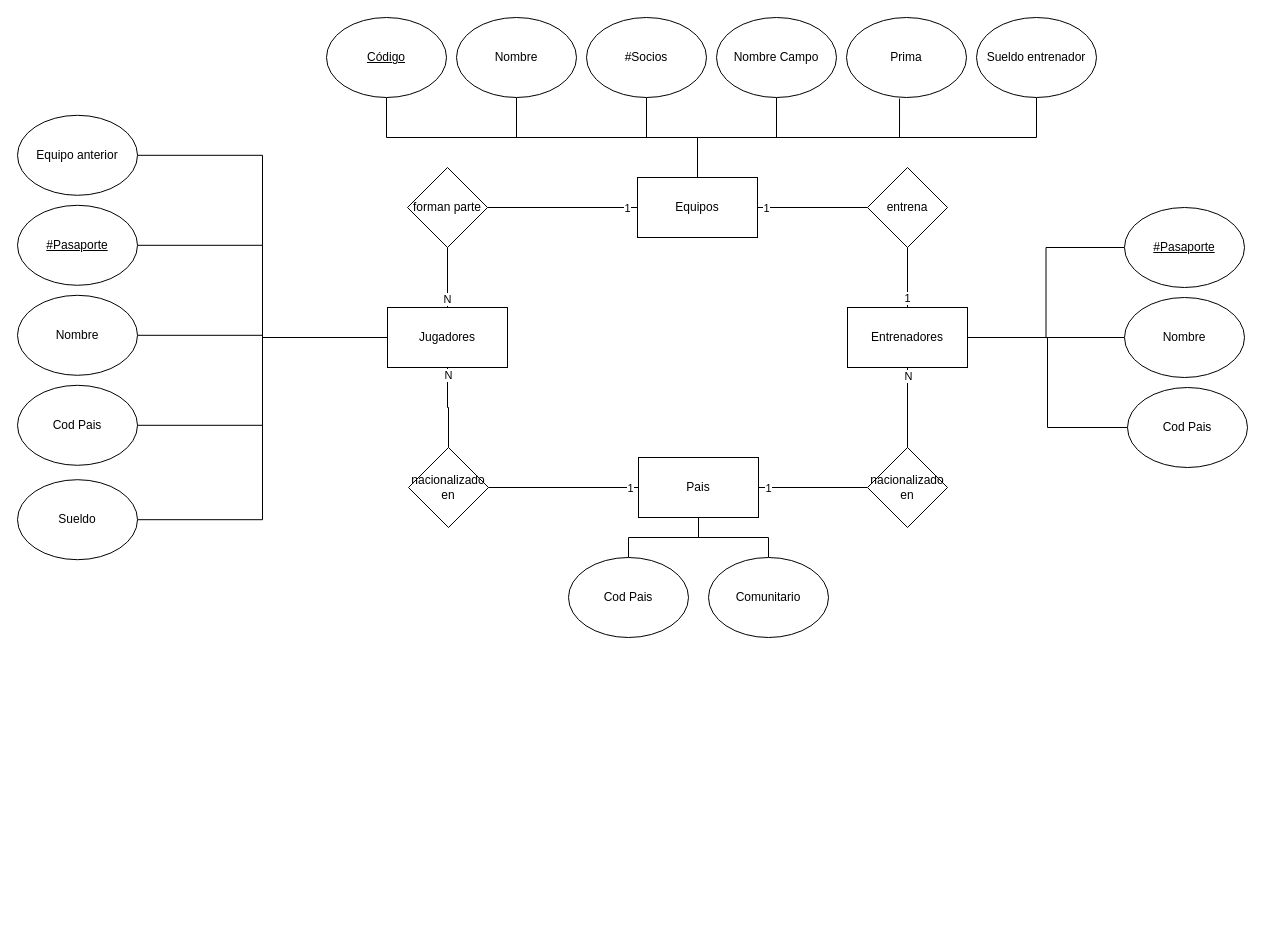
This is page "La Liga" (2 of 4) of ejercicios_diagramas_e_r.drawio from Fonsy/BBDD2021, a draw.io file, before an edit. Source tidied: cells renumbered, new cells numbered last; positions are measured from the earlier drawing's top-left corner, leaving out a move shared by most shapes. Both pictures are drawn from the tidied source at 100%, with x=0, y=0 at pixel (17, 17).
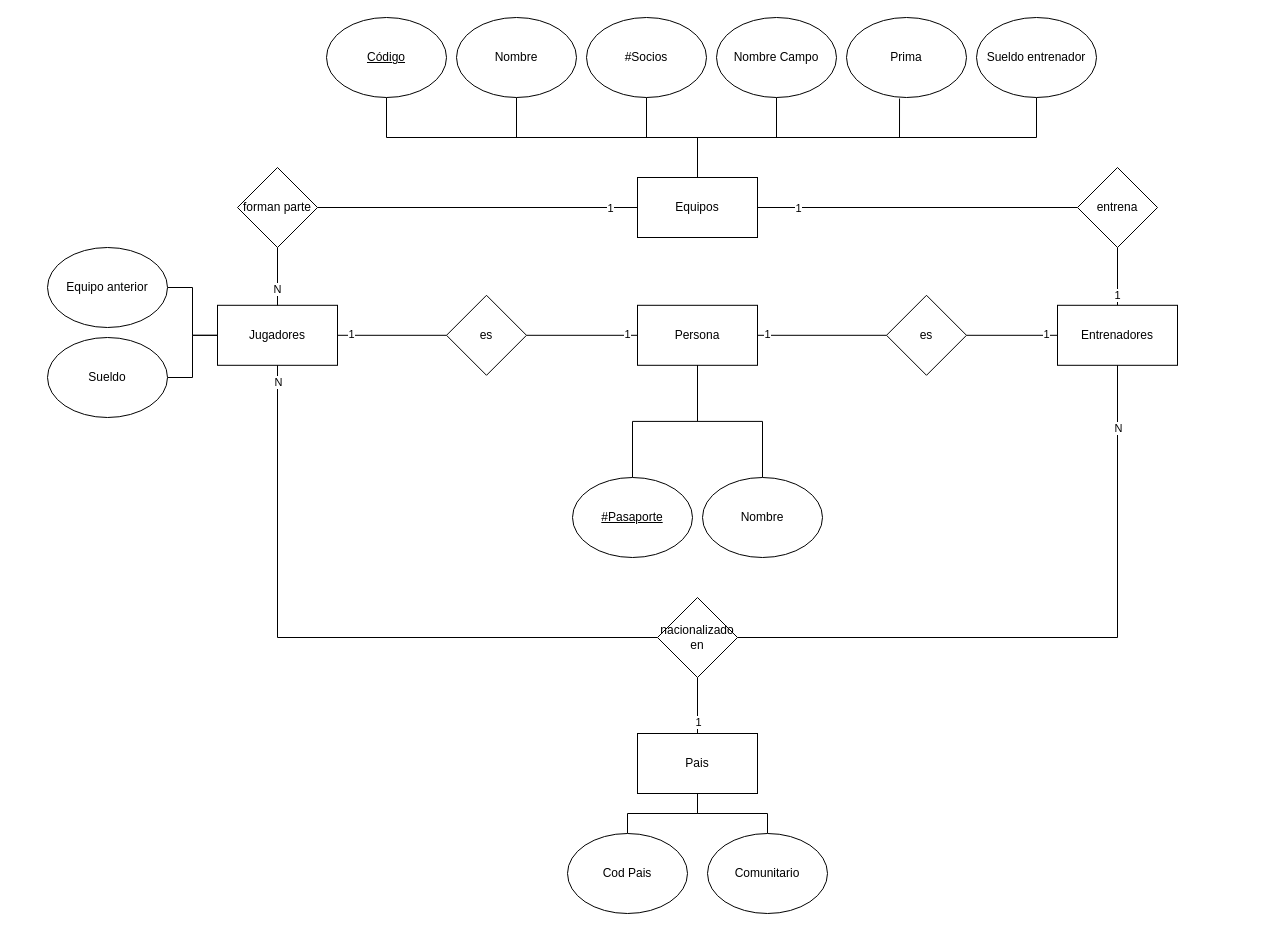
After the change.

Commit message:
liga corregida

Unchanged cells that the change refers to:
```xml
<mxCell id="26" style="edgeStyle=orthogonalEdgeStyle;rounded=0;jettySize=auto;html=1;endArrow=none;endFill=0;" parent="1" edge="1" source="30" target="7">
  <mxGeometry relative="1" as="geometry" />
</mxCell>
```

The edit, as a diff of the source:
```diff
@@
     <mxCell id="6" value="Entrenadores" style="rounded=0;whiteSpace=wrap;html=1;" parent="1" vertex="1">
-      <mxGeometry x="830" y="290" width="120" height="60" as="geometry" />
+      <mxGeometry x="1040" y="287.8" width="120" height="60" as="geometry" />
     </mxCell>
+    <mxCell id="58" style="edgeStyle=orthogonalEdgeStyle;rounded=0;jettySize=auto;html=1;endArrow=none;endFill=0;" parent="1" edge="1" source="7" target="72">
+      <mxGeometry relative="1" as="geometry" />
+    </mxCell>
+    <mxCell id="59" value="1" style="edgeLabel;html=1;align=center;verticalAlign=middle;" parent="58" vertex="1">
+      <mxGeometry x="-0.89" relative="1" as="geometry">
+        <mxPoint x="7" y="-1" as="offset" />
+      </mxGeometry>
+    </mxCell>
     <mxCell id="7" value="Jugadores" style="rounded=0;whiteSpace=wrap;html=1;" parent="1" vertex="1">
-      <mxGeometry x="370" y="290" width="120" height="60" as="geometry" />
+      <mxGeometry x="200" y="287.8" width="120" height="60" as="geometry" />
     </mxCell>
@@
-    <mxCell id="11" style="edgeStyle=orthogonalEdgeStyle;rounded=0;jettySize=auto;html=1;endArrow=none;endFill=0;" parent="1" edge="1" source="12" target="7">
-      <mxGeometry relative="1" as="geometry" />
-    </mxCell>
-    <mxCell id="12" value="Nombre" style="ellipse;whiteSpace=wrap;html=1;" parent="1" vertex="1">
-      <mxGeometry y="277.8" width="120" height="80" as="geometry" />
-    </mxCell>
-    <mxCell id="13" style="edgeStyle=orthogonalEdgeStyle;rounded=0;jettySize=auto;html=1;endArrow=none;endFill=0;entryX=0;entryY=0.5;entryDx=0;entryDy=0;" parent="1" edge="1" source="14" target="7">
-      <mxGeometry relative="1" as="geometry" />
-    </mxCell>
-    <mxCell id="14" value="&lt;u&gt;#Pasaporte&lt;/u&gt;" style="ellipse;whiteSpace=wrap;html=1;" parent="1" vertex="1">
-      <mxGeometry y="187.8" width="120" height="80" as="geometry" />
-    </mxCell>
-    <mxCell id="15" style="edgeStyle=orthogonalEdgeStyle;rounded=0;jettySize=auto;html=1;endArrow=none;endFill=0;" parent="1" edge="1" source="16" target="6">
-      <mxGeometry relative="1" as="geometry" />
-    </mxCell>
-    <mxCell id="16" value="Nombre" style="ellipse;whiteSpace=wrap;html=1;" parent="1" vertex="1">
-      <mxGeometry x="1107" y="280" width="120" height="80" as="geometry" />
-    </mxCell>
-    <mxCell id="17" style="edgeStyle=orthogonalEdgeStyle;rounded=0;jettySize=auto;html=1;endArrow=none;endFill=0;entryX=1;entryY=0.5;entryDx=0;entryDy=0;" parent="1" edge="1" source="18" target="6">
-      <mxGeometry relative="1" as="geometry" />
-    </mxCell>
-    <mxCell id="18" value="&lt;u&gt;#Pasaporte&lt;/u&gt;" style="ellipse;whiteSpace=wrap;html=1;" parent="1" vertex="1">
-      <mxGeometry x="1107" y="190" width="120" height="80" as="geometry" />
-    </mxCell>
@@
     <mxCell id="21" value="entrena" style="rhombus;whiteSpace=wrap;html=1;" parent="1" vertex="1">
-      <mxGeometry x="850" y="150" width="80" height="80" as="geometry" />
+      <mxGeometry x="1060" y="150" width="80" height="80" as="geometry" />
     </mxCell>
@@
     <mxCell id="27" value="N" style="edgeLabel;html=1;align=center;verticalAlign=middle;" parent="26" vertex="1">
       <mxGeometry x="0.65" y="3" relative="1" as="geometry">
-        <mxPoint x="-4" y="1" as="offset" />
+        <mxPoint x="-4" y="-7" as="offset" />
       </mxGeometry>
     </mxCell>
@@
     <mxCell id="30" value="forman parte" style="rhombus;whiteSpace=wrap;html=1;" parent="1" vertex="1">
-      <mxGeometry x="390" y="150" width="80" height="80" as="geometry" />
+      <mxGeometry x="220" y="150" width="80" height="80" as="geometry" />
     </mxCell>
-    <mxCell id="31" style="edgeStyle=orthogonalEdgeStyle;rounded=0;jettySize=auto;html=1;entryX=0;entryY=0.5;entryDx=0;entryDy=0;endArrow=none;endFill=0;" parent="1" edge="1" source="32" target="7">
-      <mxGeometry relative="1" as="geometry" />
-    </mxCell>
-    <mxCell id="32" value="Cod Pais" style="ellipse;whiteSpace=wrap;html=1;" parent="1" vertex="1">
-      <mxGeometry y="367.8" width="120" height="80" as="geometry" />
-    </mxCell>
@@
     <mxCell id="34" value="Sueldo" style="ellipse;whiteSpace=wrap;html=1;" parent="1" vertex="1">
-      <mxGeometry y="462.2" width="120" height="80" as="geometry" />
+      <mxGeometry x="30" y="320" width="120" height="80" as="geometry" />
     </mxCell>
@@
     <mxCell id="38" value="Equipo anterior" style="ellipse;whiteSpace=wrap;html=1;" parent="1" vertex="1">
-      <mxGeometry y="97.8" width="120" height="80" as="geometry" />
+      <mxGeometry x="30" y="230" width="120" height="80" as="geometry" />
     </mxCell>
-    <mxCell id="39" style="edgeStyle=orthogonalEdgeStyle;rounded=0;jettySize=auto;html=1;endArrow=none;endFill=0;exitX=0;exitY=0.5;exitDx=0;exitDy=0;entryX=1;entryY=0.5;entryDx=0;entryDy=0;" parent="1" edge="1" source="40" target="6">
-      <mxGeometry relative="1" as="geometry" />
-    </mxCell>
-    <mxCell id="40" value="Cod Pais" style="ellipse;whiteSpace=wrap;html=1;" parent="1" vertex="1">
-      <mxGeometry x="1110" y="370" width="120" height="80" as="geometry" />
-    </mxCell>
@@
-    <mxCell id="43" style="edgeStyle=orthogonalEdgeStyle;rounded=0;jettySize=auto;html=1;entryX=0;entryY=0.5;entryDx=0;entryDy=0;endArrow=none;endFill=0;" parent="1" edge="1" source="45" target="57">
+    <mxCell id="43" style="edgeStyle=orthogonalEdgeStyle;rounded=0;jettySize=auto;html=1;endArrow=none;endFill=0;" parent="1" edge="1" source="45" target="57">
       <mxGeometry relative="1" as="geometry" />
     </mxCell>
     <mxCell id="44" value="1" style="edgeLabel;html=1;align=center;verticalAlign=middle;" parent="43" vertex="1">
-      <mxGeometry x="-0.84" relative="1" as="geometry" />
+      <mxGeometry x="-0.84" relative="1" as="geometry">
+        <mxPoint y="-8" as="offset" />
+      </mxGeometry>
     </mxCell>
     <mxCell id="45" value="Pais" style="rounded=0;whiteSpace=wrap;html=1;" parent="1" vertex="1">
-      <mxGeometry x="621" y="440" width="120" height="60" as="geometry" />
+      <mxGeometry x="620" y="716" width="120" height="60" as="geometry" />
     </mxCell>
-    <mxCell id="46" style="edgeStyle=orthogonalEdgeStyle;rounded=0;jettySize=auto;html=1;endArrow=none;endFill=0;" parent="1" edge="1" source="50" target="45">
-      <mxGeometry relative="1" as="geometry" />
-    </mxCell>
-    <mxCell id="47" value="1" style="edgeLabel;html=1;align=center;verticalAlign=middle;" parent="46" vertex="1">
-      <mxGeometry x="0.88" relative="1" as="geometry" />
-    </mxCell>
-    <mxCell id="48" style="edgeStyle=orthogonalEdgeStyle;rounded=0;jettySize=auto;html=1;endArrow=none;endFill=0;" parent="1" edge="1" source="50" target="7">
+    <mxCell id="48" style="edgeStyle=orthogonalEdgeStyle;rounded=0;jettySize=auto;html=1;endArrow=none;endFill=0;exitX=0;exitY=0.5;exitDx=0;exitDy=0;" parent="1" edge="1" source="57" target="7">
       <mxGeometry relative="1" as="geometry" />
     </mxCell>
     <mxCell id="49" value="N" style="edgeLabel;html=1;align=center;verticalAlign=middle;" parent="48" vertex="1">
-      <mxGeometry x="0.82" relative="1" as="geometry" />
+      <mxGeometry x="0.82" relative="1" as="geometry">
+        <mxPoint y="-42" as="offset" />
+      </mxGeometry>
     </mxCell>
-    <mxCell id="50" value="nacionalizado en" style="rhombus;whiteSpace=wrap;html=1;" parent="1" vertex="1">
-      <mxGeometry x="391" y="430" width="80" height="80" as="geometry" />
-    </mxCell>
@@
     <mxCell id="52" value="Comunitario" style="ellipse;whiteSpace=wrap;html=1;" parent="1" vertex="1">
-      <mxGeometry x="691" y="540" width="120" height="80" as="geometry" />
+      <mxGeometry x="690" y="816" width="120" height="80" as="geometry" />
     </mxCell>
@@
     <mxCell id="54" value="Cod Pais" style="ellipse;whiteSpace=wrap;html=1;" parent="1" vertex="1">
-      <mxGeometry x="551" y="540" width="120" height="80" as="geometry" />
+      <mxGeometry x="550" y="816" width="120" height="80" as="geometry" />
     </mxCell>
-    <mxCell id="55" style="edgeStyle=orthogonalEdgeStyle;rounded=0;jettySize=auto;html=1;entryX=0.5;entryY=1;entryDx=0;entryDy=0;endArrow=none;endFill=0;" parent="1" edge="1" source="57" target="6">
+    <mxCell id="55" style="edgeStyle=orthogonalEdgeStyle;rounded=0;jettySize=auto;html=1;endArrow=none;endFill=0;" parent="1" edge="1" source="57" target="6">
       <mxGeometry relative="1" as="geometry" />
     </mxCell>
@@
     <mxCell id="57" value="nacionalizado en" style="rhombus;whiteSpace=wrap;html=1;" parent="1" vertex="1">
-      <mxGeometry x="850" y="430" width="80" height="80" as="geometry" />
+      <mxGeometry x="640" y="580" width="80" height="80" as="geometry" />
     </mxCell>
+    <mxCell id="60" style="edgeStyle=orthogonalEdgeStyle;rounded=0;jettySize=auto;html=1;endArrow=none;endFill=0;" parent="1" edge="1" source="62" target="69">
+      <mxGeometry relative="1" as="geometry" />
+    </mxCell>
+    <mxCell id="61" value="1" style="edgeLabel;html=1;align=center;verticalAlign=middle;" parent="60" vertex="1">
+      <mxGeometry x="0.91" relative="1" as="geometry">
+        <mxPoint x="-114" y="-1" as="offset" />
+      </mxGeometry>
+    </mxCell>
+    <mxCell id="62" value="Persona" style="rounded=0;whiteSpace=wrap;html=1;" parent="1" vertex="1">
+      <mxGeometry x="620" y="287.8" width="120" height="60" as="geometry" />
+    </mxCell>
+    <mxCell id="63" style="edgeStyle=orthogonalEdgeStyle;rounded=0;jettySize=auto;html=1;endArrow=none;endFill=0;" parent="1" edge="1" source="64" target="62">
+      <mxGeometry relative="1" as="geometry" />
+    </mxCell>
+    <mxCell id="64" value="&lt;u&gt;#Pasaporte&lt;/u&gt;" style="ellipse;whiteSpace=wrap;html=1;" parent="1" vertex="1">
+      <mxGeometry x="555" y="460" width="120" height="80" as="geometry" />
+    </mxCell>
+    <mxCell id="65" style="edgeStyle=orthogonalEdgeStyle;rounded=0;jettySize=auto;html=1;entryX=0.5;entryY=1;entryDx=0;entryDy=0;endArrow=none;endFill=0;" parent="1" edge="1" source="66" target="62">
+      <mxGeometry relative="1" as="geometry" />
+    </mxCell>
+    <mxCell id="66" value="Nombre" style="ellipse;whiteSpace=wrap;html=1;" parent="1" vertex="1">
+      <mxGeometry x="685" y="460" width="120" height="80" as="geometry" />
+    </mxCell>
+    <mxCell id="67" style="edgeStyle=orthogonalEdgeStyle;rounded=0;jettySize=auto;html=1;endArrow=none;endFill=0;" parent="1" edge="1" source="69" target="6">
+      <mxGeometry relative="1" as="geometry" />
+    </mxCell>
+    <mxCell id="68" value="1" style="edgeLabel;html=1;align=center;verticalAlign=middle;" parent="67" vertex="1">
+      <mxGeometry x="0.82" y="-1" relative="1" as="geometry">
+        <mxPoint x="-4" y="-2" as="offset" />
+      </mxGeometry>
+    </mxCell>
+    <mxCell id="69" value="es" style="rhombus;whiteSpace=wrap;html=1;" parent="1" vertex="1">
+      <mxGeometry x="869" y="277.8" width="80" height="80" as="geometry" />
+    </mxCell>
+    <mxCell id="70" style="edgeStyle=orthogonalEdgeStyle;rounded=0;jettySize=auto;html=1;entryX=0;entryY=0.5;entryDx=0;entryDy=0;endArrow=none;endFill=0;" parent="1" edge="1" source="72" target="62">
+      <mxGeometry relative="1" as="geometry" />
+    </mxCell>
+    <mxCell id="71" value="1" style="edgeLabel;html=1;align=center;verticalAlign=middle;" parent="70" vertex="1">
+      <mxGeometry x="-0.83" y="-1" relative="1" as="geometry">
+        <mxPoint x="91" y="-2" as="offset" />
+      </mxGeometry>
+    </mxCell>
+    <mxCell id="72" value="es" style="rhombus;whiteSpace=wrap;html=1;" parent="1" vertex="1">
+      <mxGeometry x="429" y="277.8" width="80" height="80" as="geometry" />
+    </mxCell>
```
